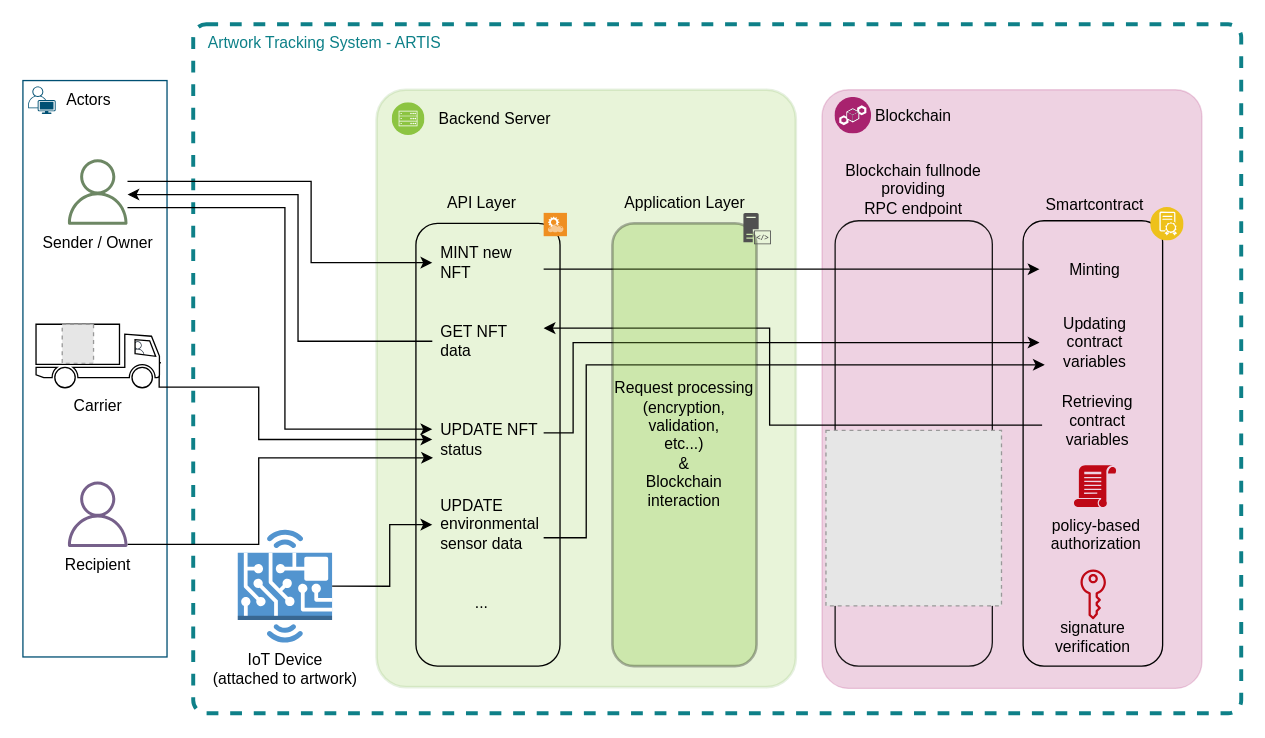
The draw.io diagram diagrams/Architecture.drawio in artis-project/artis-thesis, before the edit. Source tidied: cells renumbered, new cells numbered last; positions are measured from the earlier drawing's top-left corner, leaving out a move shared by most shapes. Both pictures are drawn from the tidied source at 131%, with x=0, y=0 at pixel (22, 24). Pictures stored in the file or linked from it are replaced by grey dashed boxes.
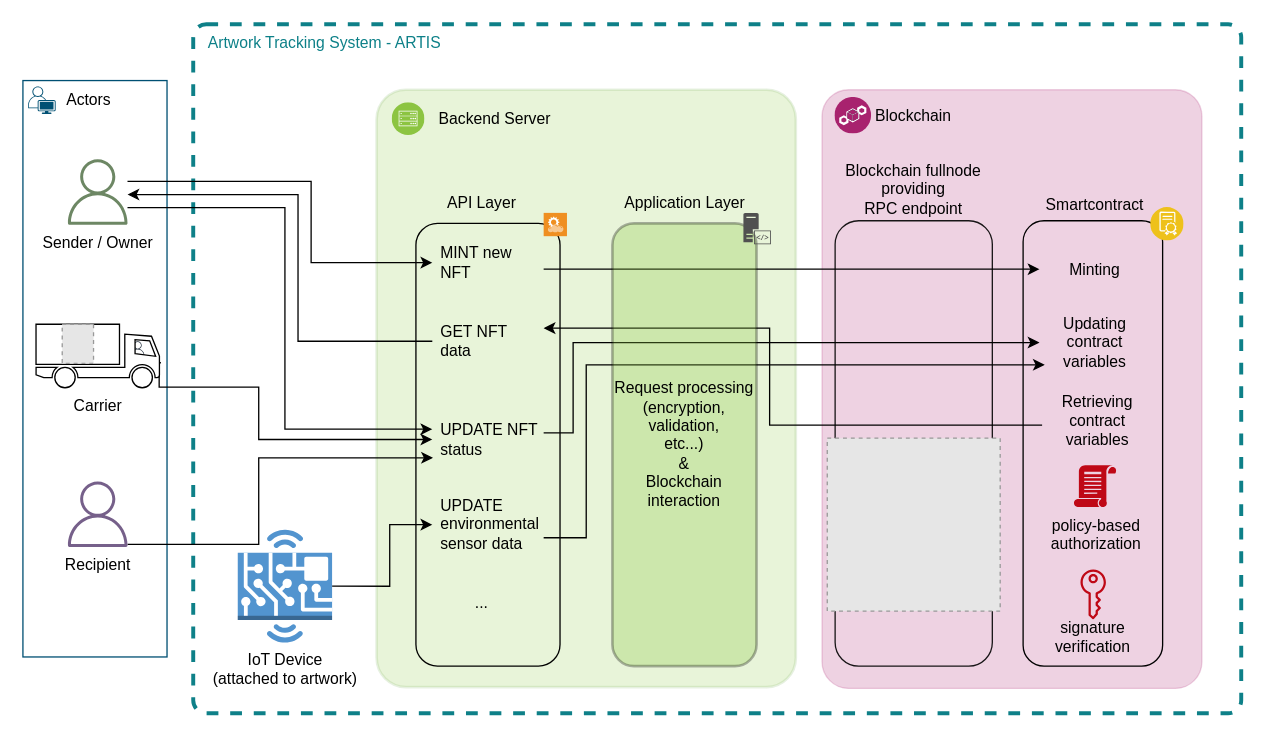
The same page after the edit.

What changed in the source:
```diff
@@
-    <mxCell id="51" style="fillColor=#E6E6E6;strokeColor=#999999;dashed=1;verticalLabelPosition=bottom;labelBackgroundColor=none;verticalAlign=top;" parent="1" vertex="1">
-      <mxGeometry x="613" y="310" width="134" height="134" as="geometry" />
-    </mxCell>
+    <mxCell id="52" style="fillColor=#E6E6E6;strokeColor=#999999;dashed=1;verticalLabelPosition=bottom;labelBackgroundColor=default;verticalAlign=top;" parent="1" vertex="1">
+      <mxGeometry x="614" y="316" width="132" height="132" as="geometry" />
+    </mxCell>
```
